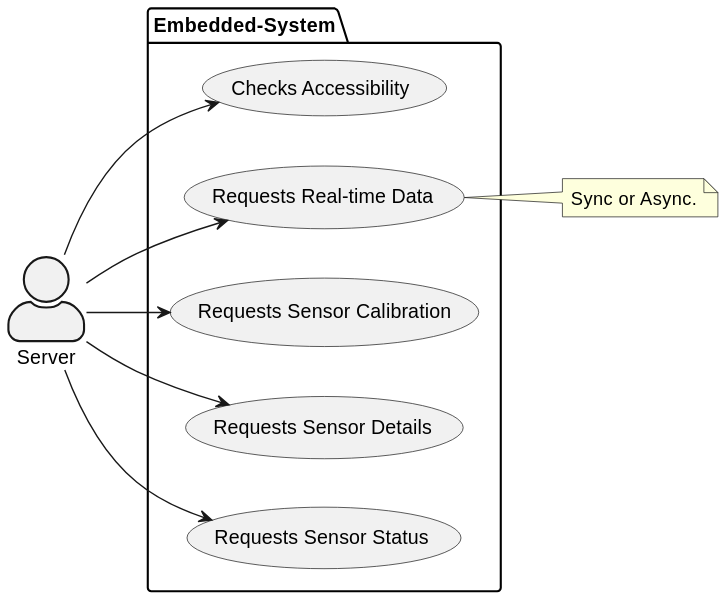
The PlantUML diagram project/RA/UseCasePack/combination.svg in DSD-PIrates/DSD-PIrates.github.io, before a commit.
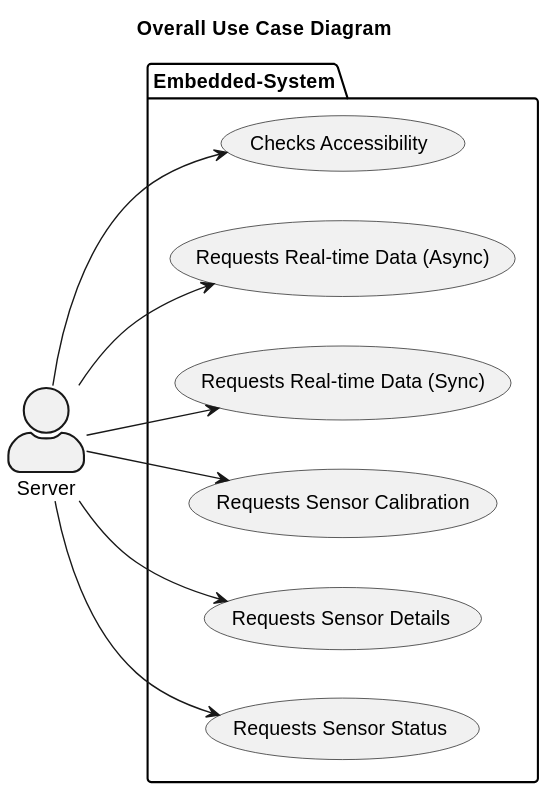
After the change.

Diff of the diagram source:
```diff
@@ -3,21 +3,24 @@
 skinparam actorStyle awesome
 left to right direction
 actor Server
+title Overall Use Case Diagram
 package Embedded-System {
     usecase "Checks Accessibility" as CA
-    usecase "Requests Real-time Data" as RRD
+    usecase "Requests Real-time Data (Async)" as RRDA
+    usecase "Requests Real-time Data (Sync)" as RRDS
     usecase "Requests Sensor Calibration" as RSC
     usecase "Requests Sensor Details" as RSD
     usecase "Requests Sensor Status" as RSS
 }
 
 Server --> CA
-Server --> RRD
+Server --> RRDA
+Server --> RRDS
 Server --> RSC
 Server --> RSD
 Server --> RSS
 
-note right of RRD : Sync or Async.
+
 
 
 
```
